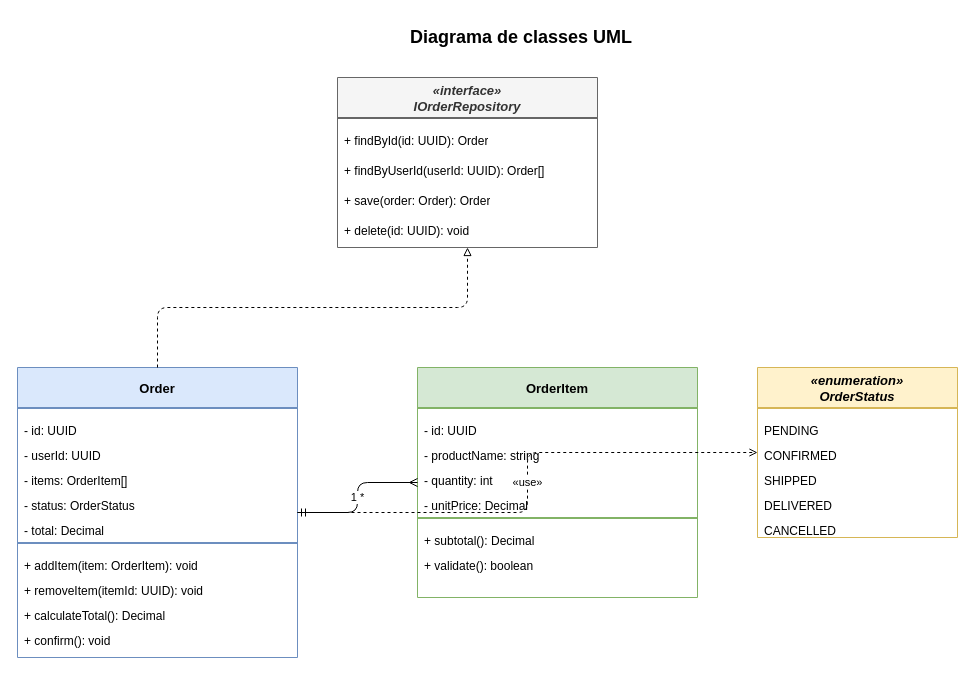
serpro-workshop-fortaleza/sifap-modernization-paula keeps this draw.io diagram as .github/skills/draw-io-diagram-generator/assets/templates/uml-class.drawio. Above is the earlier version. Source tidied: cells renumbered, new cells numbered last; positions are measured from the earlier drawing's top-left corner, leaving out a move shared by most shapes. Both pictures are drawn from the tidied source at 100%, with x=0, y=0 at pixel (17, 17).
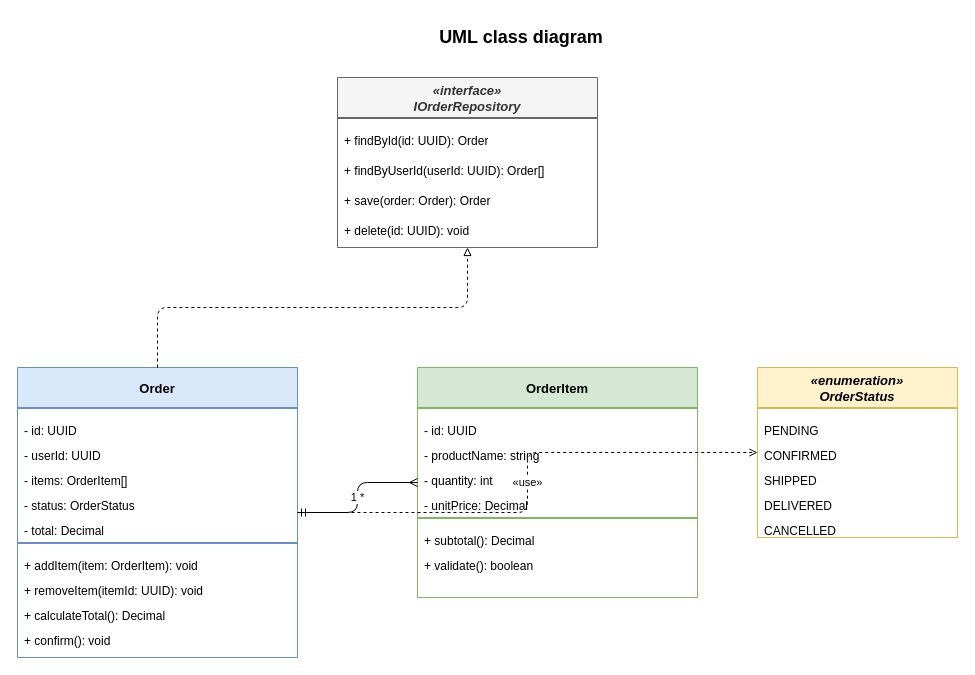
After the change.

Diff of the diagram source:
```diff
@@
-    <mxCell id="2" value="Diagrama de classes UML" style="text;html=1;strokeColor=none;fillColor=none;align=center;verticalAlign=middle;whiteSpace=wrap;rounded=0;fontSize=18;fontStyle=1;" parent="1" vertex="1">
+    <mxCell id="2" value="UML class diagram" style="text;html=1;strokeColor=none;fillColor=none;align=center;verticalAlign=middle;whiteSpace=wrap;rounded=0;fontSize=18;fontStyle=1;" parent="1" vertex="1">
       <mxGeometry x="254" width="500" height="40" as="geometry" />
     </mxCell>
```
